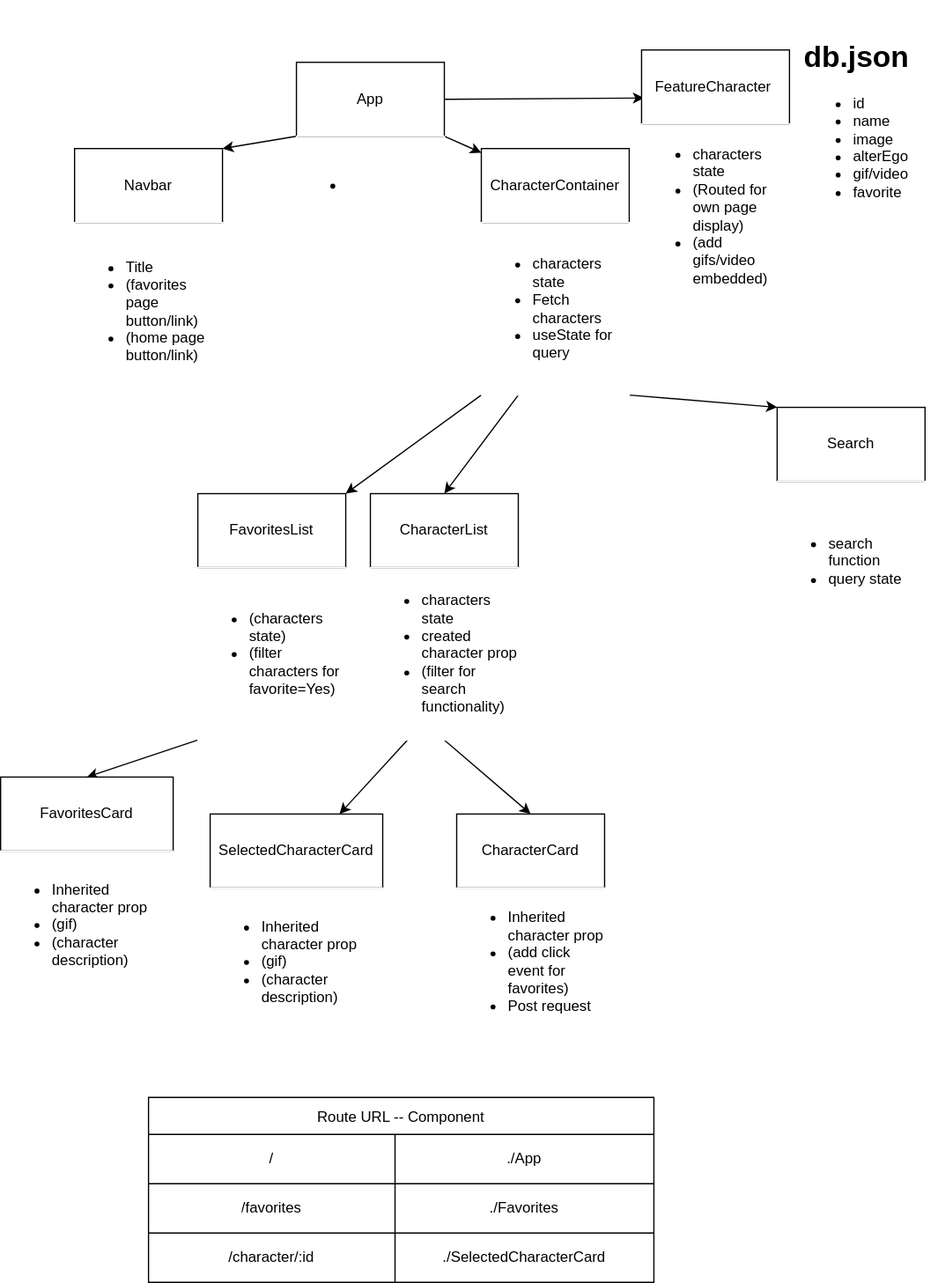
The draw.io diagram src/flowchart.drawio.svg in M4near/phase-2-project, before a commit. Source tidied: cells renumbered, new cells last; positions are measured from the earlier drawing's top-left corner, leaving out a move shared by most shapes.
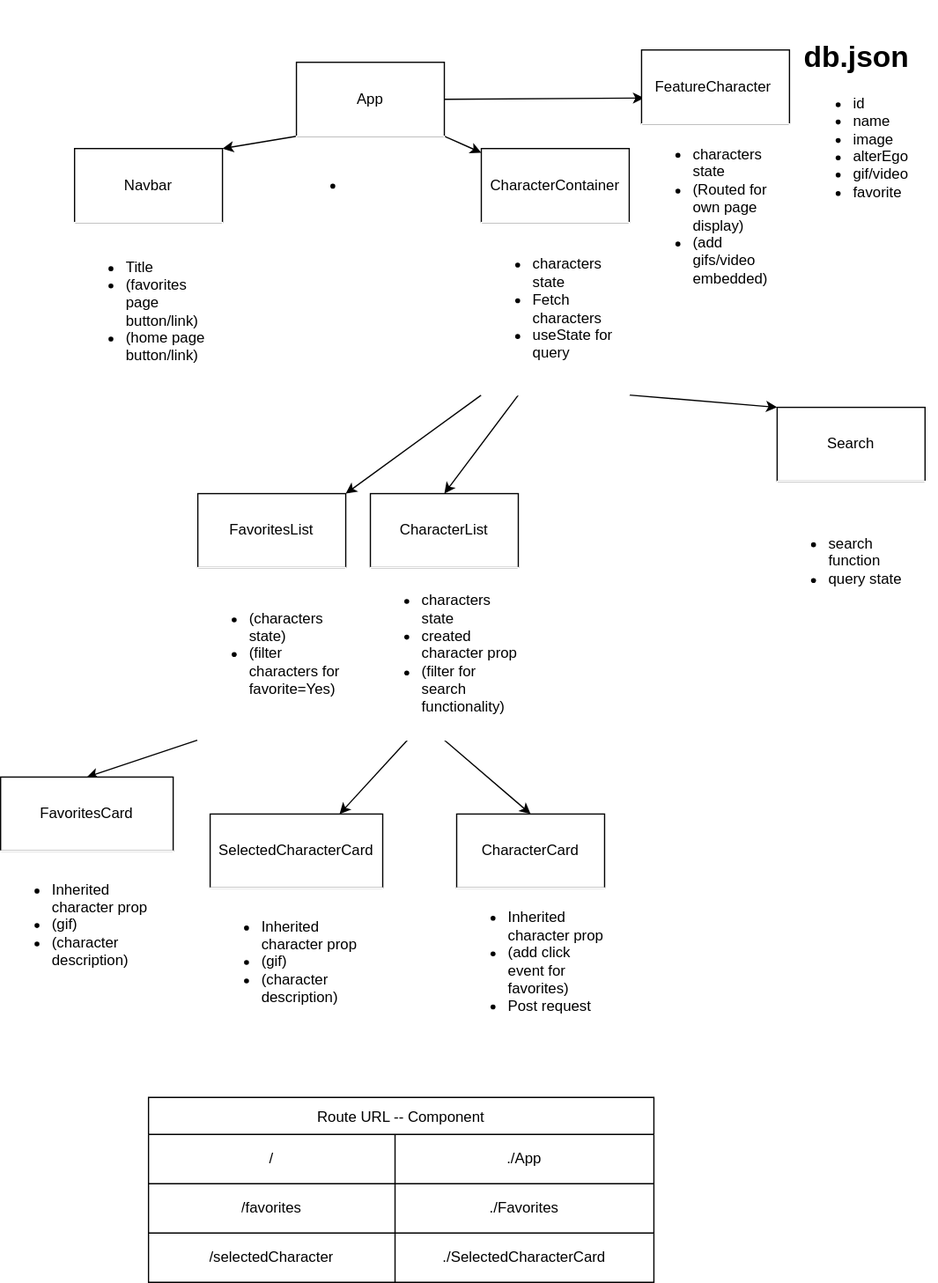
The same diagram one commit later.

Change to the diagram source:
```diff
@@ -104,7 +104,7 @@
     <mxCell id="35" style="shape=partialRectangle;fillColor=none;top=0;left=0;bottom=0;right=0;" parent="28" vertex="1">
       <mxGeometry y="110" width="410" height="40" as="geometry" />
     </mxCell>
-    <mxCell id="36" value="/character/:id" style="shape=partialRectangle;html=1;whiteSpace=wrap;overflow=hidden;fillColor=none;top=0;left=0;bottom=0;right=0;" parent="35" vertex="1">
+    <mxCell id="36" value="/selectedCharacter" style="shape=partialRectangle;html=1;whiteSpace=wrap;overflow=hidden;fillColor=none;top=0;left=0;bottom=0;right=0;" parent="35" vertex="1">
       <mxGeometry width="200" height="40" as="geometry" />
     </mxCell>
     <mxCell id="37" value="./SelectedCharacterCard" style="shape=partialRectangle;html=1;whiteSpace=wrap;overflow=hidden;fillColor=none;top=0;left=0;bottom=0;right=0;" parent="35" vertex="1">
```
